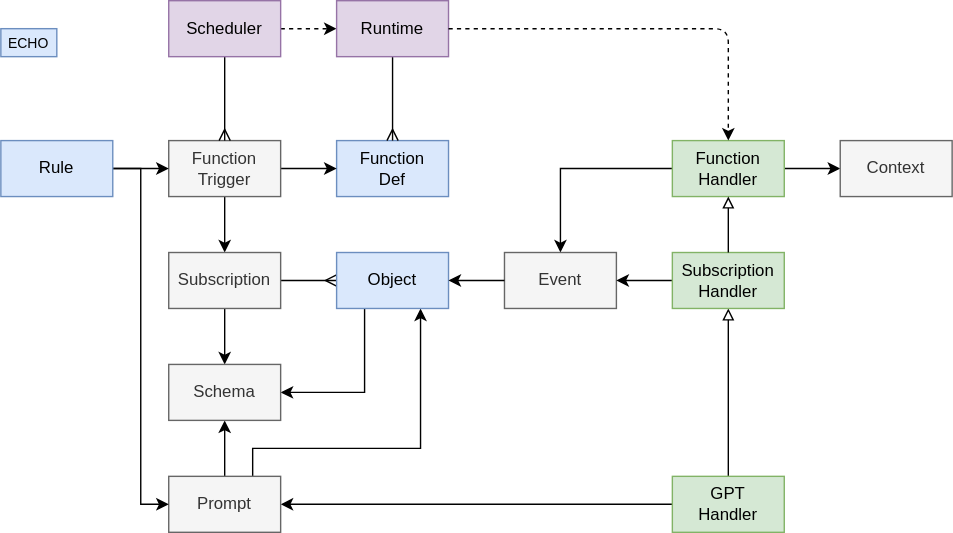
Above: packages/core/functions/docs/functions.drawio.svg in dxos/dxos (draw.io), before the change. Source tidied: cells renumbered, new cells last; positions are measured from the earlier drawing's top-left corner, leaving out a move shared by most shapes.
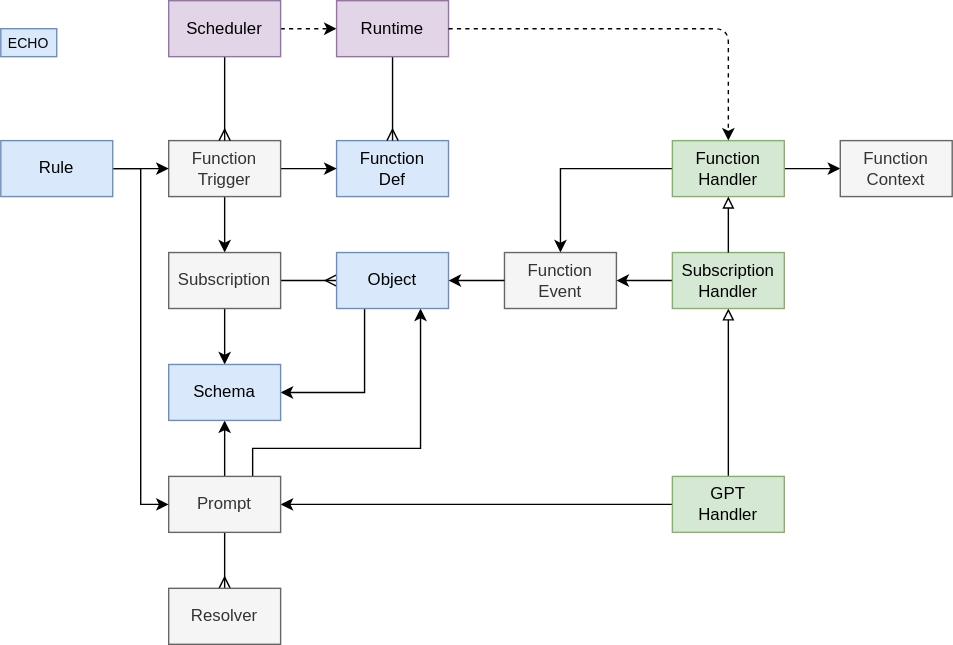
The same diagram one commit later.

Diff of the diagram source:
```diff
@@ -27,10 +27,10 @@
     <mxCell id="8" value="Function&lt;br&gt;Handler" style="rounded=0;whiteSpace=wrap;html=1;fillColor=#d5e8d4;strokeColor=#82b366;" parent="1" vertex="1">
       <mxGeometry x="480" y="100" width="80" height="40" as="geometry" />
     </mxCell>
-    <mxCell id="9" value="Event" style="rounded=0;whiteSpace=wrap;html=1;fillColor=#f5f5f5;fontColor=#333333;strokeColor=#666666;" parent="1" vertex="1">
+    <mxCell id="9" value="Function&lt;br&gt;Event" style="rounded=0;whiteSpace=wrap;html=1;fillColor=#f5f5f5;fontColor=#333333;strokeColor=#666666;" parent="1" vertex="1">
       <mxGeometry x="360" y="180" width="80" height="40" as="geometry" />
     </mxCell>
-    <mxCell id="10" value="Context" style="rounded=0;whiteSpace=wrap;html=1;fillColor=#f5f5f5;fontColor=#333333;strokeColor=#666666;" parent="1" vertex="1">
+    <mxCell id="10" value="Function&lt;br&gt;Context" style="rounded=0;whiteSpace=wrap;html=1;fillColor=#f5f5f5;fontColor=#333333;strokeColor=#666666;" parent="1" vertex="1">
       <mxGeometry x="600" y="100" width="80" height="40" as="geometry" />
     </mxCell>
     <mxCell id="11" style="edgeStyle=none;html=1;exitX=0.5;exitY=0;exitDx=0;exitDy=0;endArrow=block;endFill=0;" parent="1" edge="1" source="13" target="29">
@@ -53,6 +53,9 @@
         </Array>
       </mxGeometry>
     </mxCell>
+    <mxCell id="37" style="edgeStyle=none;html=1;exitX=0.5;exitY=1;exitDx=0;exitDy=0;endArrow=ERmany;endFill=0;" parent="1" edge="1" source="16" target="38">
+      <mxGeometry relative="1" as="geometry" />
+    </mxCell>
     <mxCell id="16" value="Prompt" style="rounded=0;whiteSpace=wrap;html=1;fillColor=#f5f5f5;strokeColor=#666666;fontColor=#333333;" parent="1" vertex="1">
       <mxGeometry x="120" y="340" width="80" height="40" as="geometry" />
     </mxCell>
@@ -92,7 +95,7 @@
     <mxCell id="25" value="Object" style="rounded=0;whiteSpace=wrap;html=1;fillColor=#dae8fc;strokeColor=#6c8ebf;" parent="1" vertex="1">
       <mxGeometry x="240" y="180" width="80" height="40" as="geometry" />
     </mxCell>
-    <mxCell id="26" value="Schema" style="rounded=0;whiteSpace=wrap;html=1;fillColor=#f5f5f5;strokeColor=#666666;fontColor=#333333;" parent="1" vertex="1">
+    <mxCell id="26" value="Schema" style="rounded=0;whiteSpace=wrap;html=1;fillColor=#dae8fc;strokeColor=#6c8ebf;" parent="1" vertex="1">
       <mxGeometry x="120" y="260" width="80" height="40" as="geometry" />
     </mxCell>
     <mxCell id="27" style="edgeStyle=none;rounded=0;html=1;fontSize=10;endArrow=classic;endFill=1;" parent="1" edge="1" source="9" target="25">
@@ -129,5 +132,8 @@
         </Array>
       </mxGeometry>
     </mxCell>
+    <mxCell id="38" value="Resolver" style="rounded=0;whiteSpace=wrap;html=1;fillColor=#f5f5f5;strokeColor=#666666;fontColor=#333333;" parent="1" vertex="1">
+      <mxGeometry x="120" y="420" width="80" height="40" as="geometry" />
+    </mxCell>
   </root>
 </mxGraphModel>
```
